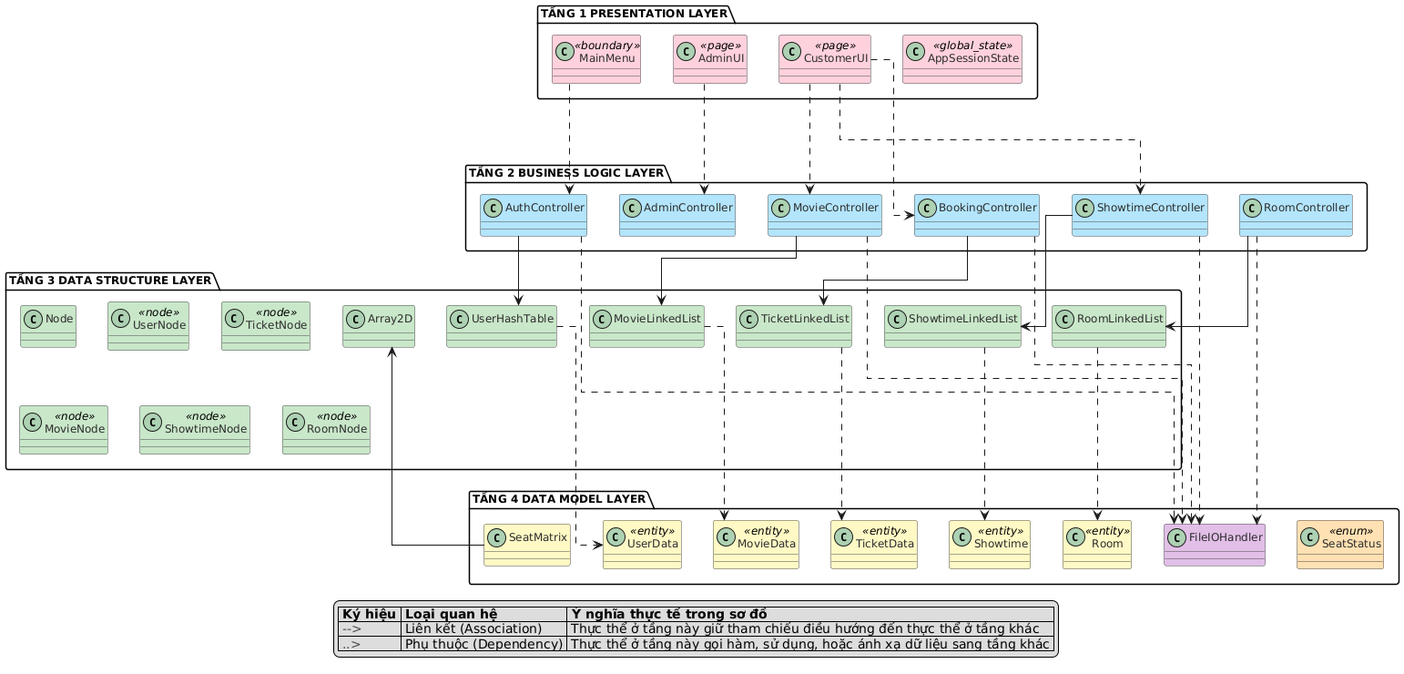
Earlier version of the PlantUML export Class Diagram/UML tổng thể.png (ngha1610/MI3060-Movie-Ticket-Booking-System).
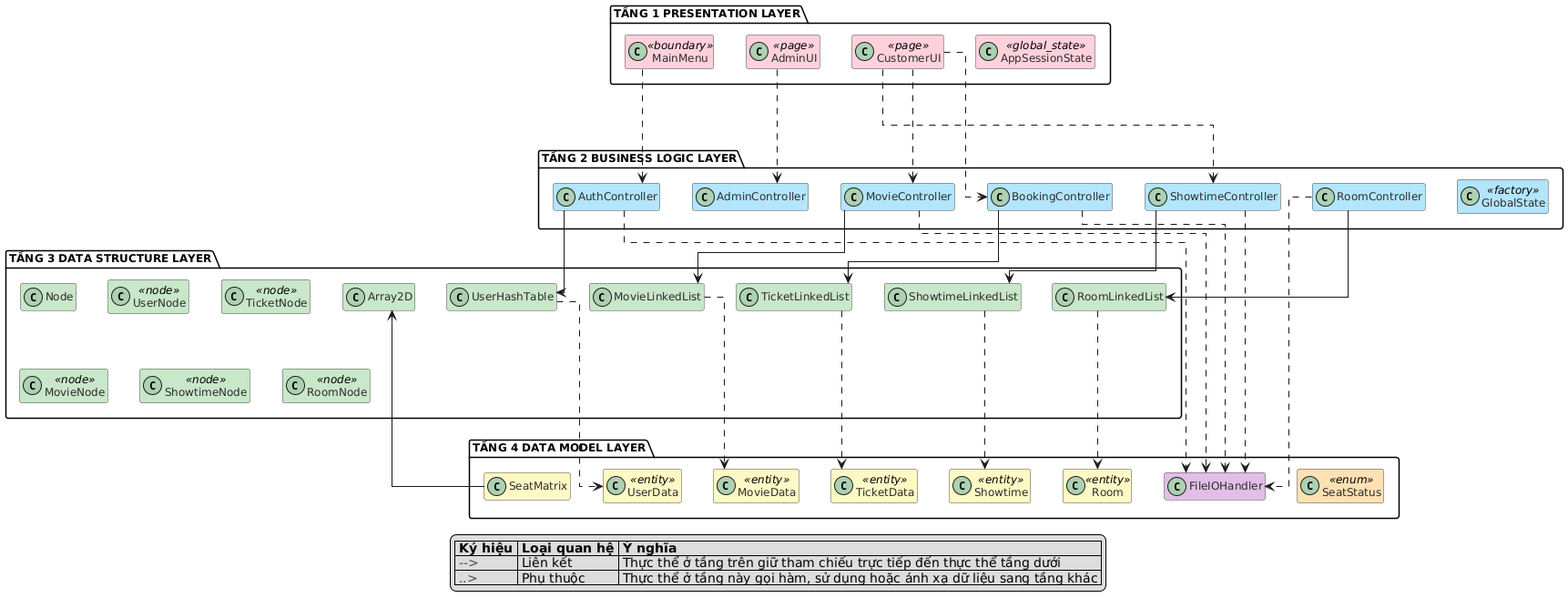
The same diagram one commit later.

What changed in the source:
```diff
@@ -7,7 +7,7 @@
 skinparam ClassBorderColor #4A4A4A
 skinparam ClassFontColor #2D2D2D
 skinparam ClassHeaderBackgroundColor transparent
-
+hide empty members
 
 package "TẦNG 1 PRESENTATION LAYER" #FFFFFF {
     class AppSessionState <<global_state>> #FFD1DC
@@ -17,6 +17,7 @@
 }
 
 package "TẦNG 2 BUSINESS LOGIC LAYER" #FFFFFF {
+    class GlobalState <<factory>> #B3E5FC
     class AuthController #B3E5FC
     class AdminController #B3E5FC
     class MovieController #B3E5FC
@@ -51,7 +52,6 @@
     class FileIOHandler #E1BEE7
 }
 
-
 MainMenu -down..> AuthController
 AdminUI -down..> AdminController
 CustomerUI -down..> BookingController
@@ -79,8 +79,8 @@
 SeatMatrix -up-> Array2D
 
 legend bottom
-|= Ký hiệu |= Loại quan hệ |= Ý nghĩa thực tế trong sơ đồ |
-| <font color=#4A4A4A>--></font> | Liên kết (Association) | Thực thể ở tầng này giữ tham chiếu điều hướng đến thực thể ở tầng khác |
-| <font color=#4A4A4A>..></font> | Phụ thuộc (Dependency) | Thực thể ở tầng này gọi hàm, sử dụng, hoặc ánh xạ dữ liệu sang tầng khác |
+|= Ký hiệu |= Loại quan hệ |= Ý nghĩa |
+| <font color=#4A4A4A>--></font> | Liên kết | Thực thể ở tầng trên giữ tham chiếu trực tiếp đến thực thể tầng dưới |
+| <font color=#4A4A4A>..></font> | Phụ thuộc | Thực thể ở tầng này gọi hàm, sử dụng hoặc ánh xạ dữ liệu sang tầng khác |
 endlegend
 @enduml
```
